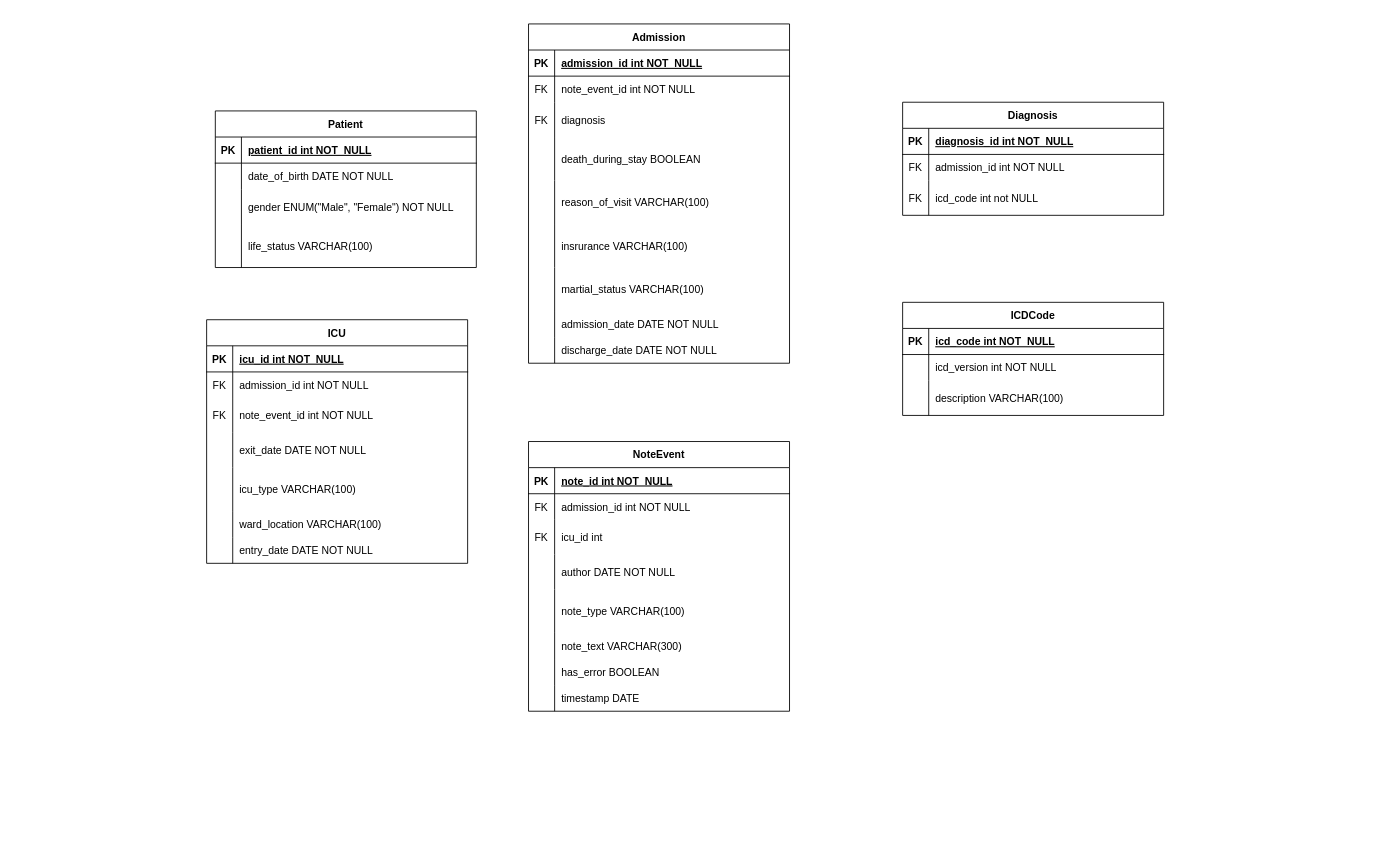
The draw.io diagram Untitled Diagram.drawio in Joshua131313/soen363, before the edit. Source tidied: cells renumbered, new cells numbered last; positions are measured from the earlier drawing's top-left corner, leaving out a move shared by most shapes. Both pictures are drawn from the tidied source at 87%, with x=0, y=0 at pixel (206, 23).
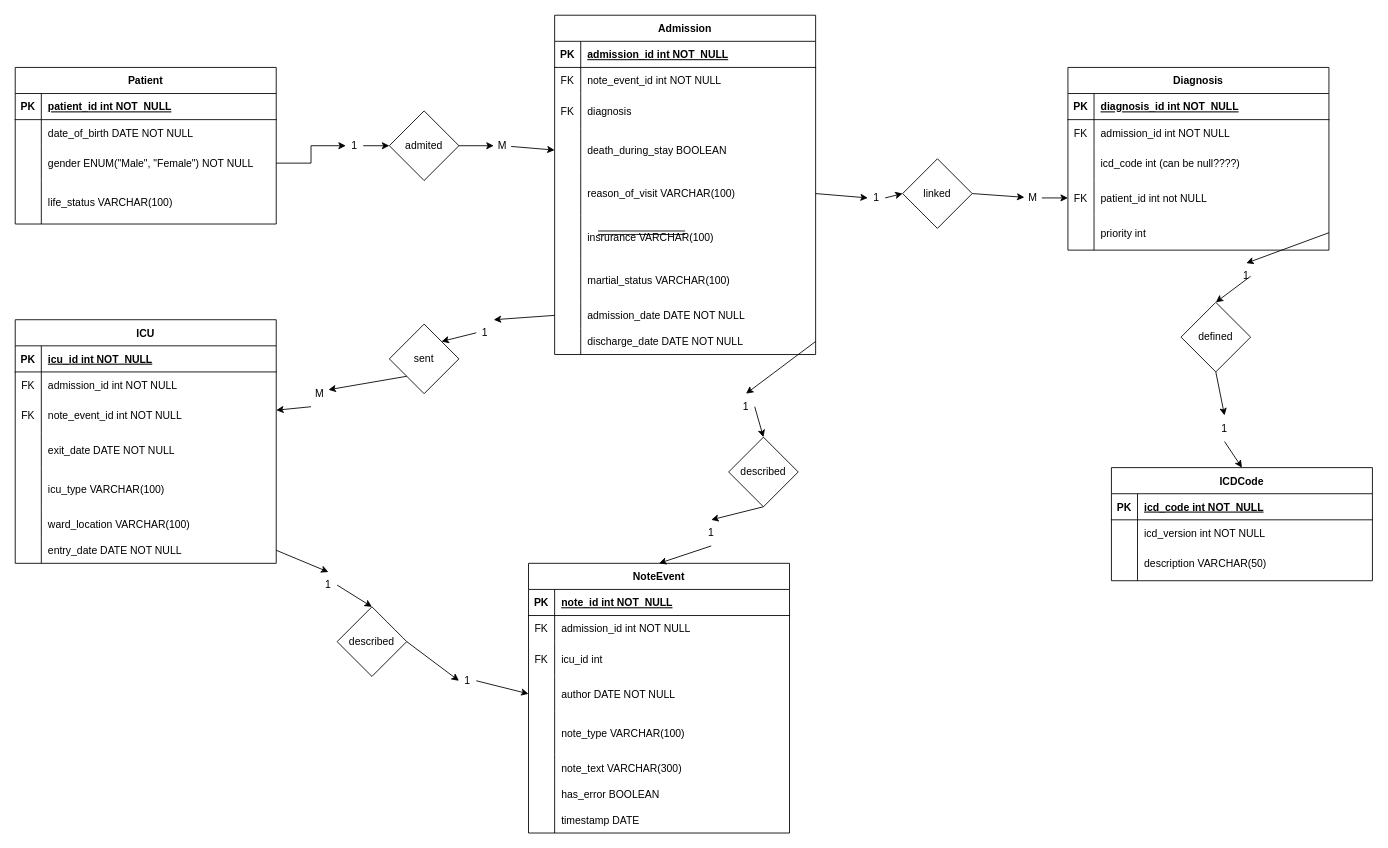
After the change.

Unchanged cells that the change refers to:
```xml
<mxCell id="9" style="shape=partialRectangle;fillColor=none;points=[[0,0.5],[1,0.5]];portConstraint=eastwest;top=0;left=0;right=0;bottom=0;" parent="2" vertex="1">
  <mxGeometry y="90" width="300" height="40" as="geometry" />
</mxCell>
<mxCell id="22" style="shape=partialRectangle;fillColor=none;points=[[0,0.5],[1,0.5]];portConstraint=eastwest;top=0;left=0;right=0;bottom=0;" parent="15" vertex="1">
  <mxGeometry y="90" width="300" height="40" as="geometry" />
</mxCell>
<mxCell id="34" style="shape=partialRectangle;fillColor=none;points=[[0,0.5],[1,0.5]];portConstraint=eastwest;top=0;left=0;right=0;bottom=0;" parent="15" vertex="1">
  <mxGeometry y="250" width="300" height="30" as="geometry" />
</mxCell>
<mxCell id="47" style="shape=partialRectangle;fillColor=none;points=[[0,0.5],[1,0.5]];portConstraint=eastwest;top=0;left=0;right=0;bottom=0;" parent="37" vertex="1">
  <mxGeometry y="130" width="300" height="40" as="geometry" />
</mxCell>
<mxCell id="69" style="shape=partialRectangle;fillColor=none;top=0;left=0;right=0;bottom=0;" parent="62" vertex="1">
  <mxGeometry y="90" width="300" height="40" as="geometry" />
</mxCell>
<mxCell id="79" style="shape=partialRectangle;fillColor=none;top=0;left=0;right=0;bottom=0;" parent="72" vertex="1">
  <mxGeometry y="90" width="300" height="40" as="geometry" />
</mxCell>
<mxCell id="92" style="shape=partialRectangle;fillColor=none;points=[[0,0.5],[1,0.5]];portConstraint=eastwest;top=0;left=0;right=0;bottom=0;" parent="82" vertex="1">
  <mxGeometry y="130" width="300" height="50" as="geometry" />
</mxCell>
<mxCell id="95" style="shape=partialRectangle;fillColor=none;points=[[0,0.5],[1,0.5]];portConstraint=eastwest;top=0;left=0;right=0;bottom=0;" parent="82" vertex="1">
  <mxGeometry y="180" width="300" height="50" as="geometry" />
</mxCell>
<mxCell id="104" style="shape=partialRectangle;fillColor=none;points=[[0,0.5],[1,0.5]];portConstraint=eastwest;top=0;left=0;right=0;bottom=0;" parent="82" vertex="1">
  <mxGeometry y="330" width="300" height="30" as="geometry" />
</mxCell>
<mxCell id="107" style="shape=partialRectangle;fillColor=none;points=[[0,0.5],[1,0.5]];portConstraint=eastwest;top=0;left=0;right=0;bottom=0;" parent="82" vertex="1">
  <mxGeometry y="360" width="300" height="30" as="geometry" />
</mxCell>
```

Diff of the diagram source:
```diff
@@
+    <mxCell id="110" style="rhombus;whiteSpace=wrap;html=1;" parent="1" vertex="1">
+      <mxGeometry x="150" y="670" width="80" height="80" as="geometry" />
+    </mxCell>
     <mxCell id="2" value="Patient" style="shape=table;startSize=30;childLayout=tableLayout;rowLines=0;fontStyle=1;align=center;" parent="1" vertex="1">
-      <mxGeometry x="10" y="100" width="300" height="180" as="geometry" />
+      <mxGeometry x="-220" y="50" width="300" height="180" as="geometry" />
     </mxCell>
@@
     <mxCell id="15" value="ICU" style="shape=table;startSize=30;childLayout=tableLayout;rowLines=0;fontStyle=1;align=center;" parent="1" vertex="1">
-      <mxGeometry y="340" width="300" height="280" as="geometry" />
+      <mxGeometry x="-220" y="340" width="300" height="280" as="geometry" />
     </mxCell>
@@
     <mxCell id="37" value="NoteEvent" style="shape=table;startSize=30;childLayout=tableLayout;rowLines=0;fontStyle=1;align=center;" parent="1" vertex="1">
-      <mxGeometry x="370" y="480" width="300" height="310" as="geometry" />
+      <mxGeometry x="370" y="620" width="300" height="310" as="geometry" />
     </mxCell>
@@
     <mxCell id="62" value="Diagnosis" style="shape=table;startSize=30;childLayout=tableLayout;rowLines=0;fontStyle=1;align=center;" parent="1" vertex="1">
-      <mxGeometry x="800" y="90" width="300" height="130" as="geometry" />
+      <mxGeometry x="990" y="50" width="300" height="210" as="geometry" />
     </mxCell>
@@
-    <mxCell id="70" value="FK" style="shape=partialRectangle;overflow=hidden;fillColor=none;top=0;left=0;bottom=0;right=0;" parent="69" vertex="1">
+    <mxCell id="70" style="shape=partialRectangle;overflow=hidden;fillColor=none;top=0;left=0;bottom=0;right=0;" parent="69" vertex="1">
       <mxGeometry width="30" height="40" as="geometry" />
     </mxCell>
-    <mxCell id="71" value="icd_code int not NULL" style="shape=partialRectangle;overflow=hidden;fillColor=none;top=0;left=0;bottom=0;right=0;align=left;spacingLeft=6;" parent="69" vertex="1">
+    <mxCell id="71" value="icd_code int (can be null????)" style="shape=partialRectangle;overflow=hidden;fillColor=none;top=0;left=0;bottom=0;right=0;align=left;spacingLeft=6;" parent="69" vertex="1">
       <mxGeometry x="30" width="270" height="40" as="geometry" />
     </mxCell>
+    <mxCell id="111" style="shape=partialRectangle;fillColor=none;points=[[0,0.5],[1,0.5]];portConstraint=eastwest;top=0;left=0;right=0;bottom=0;" parent="62" vertex="1">
+      <mxGeometry y="130" width="300" height="40" as="geometry" />
+    </mxCell>
+    <mxCell id="112" value="FK" style="shape=partialRectangle;overflow=hidden;fillColor=none;top=0;left=0;bottom=0;right=0;" parent="111" vertex="1">
+      <mxGeometry width="30" height="40" as="geometry" />
+    </mxCell>
+    <mxCell id="113" value="patient_id int not NULL" style="shape=partialRectangle;overflow=hidden;fillColor=none;top=0;left=0;bottom=0;right=0;align=left;spacingLeft=6;" parent="111" vertex="1">
+      <mxGeometry x="30" width="270" height="40" as="geometry" />
+    </mxCell>
+    <mxCell id="114" style="shape=partialRectangle;fillColor=none;points=[[0,0.5],[1,0.5]];portConstraint=eastwest;top=0;left=0;right=0;bottom=0;" parent="62" vertex="1">
+      <mxGeometry y="170" width="300" height="40" as="geometry" />
+    </mxCell>
+    <mxCell id="115" style="shape=partialRectangle;overflow=hidden;fillColor=none;top=0;left=0;bottom=0;right=0;" parent="114" vertex="1">
+      <mxGeometry width="30" height="40" as="geometry" />
+    </mxCell>
+    <mxCell id="116" value="priority int " style="shape=partialRectangle;overflow=hidden;fillColor=none;top=0;left=0;bottom=0;right=0;align=left;spacingLeft=6;" parent="114" vertex="1">
+      <mxGeometry x="30" width="270" height="40" as="geometry" />
+    </mxCell>
     <mxCell id="72" value="ICDCode" style="shape=table;startSize=30;childLayout=tableLayout;rowLines=0;fontStyle=1;align=center;" parent="1" vertex="1">
-      <mxGeometry x="800" y="320" width="300" height="130" as="geometry" />
+      <mxGeometry x="1040" y="510" width="300" height="130" as="geometry" />
     </mxCell>
@@
-    <mxCell id="81" value="description VARCHAR(100)" style="shape=partialRectangle;overflow=hidden;fillColor=none;top=0;left=0;bottom=0;right=0;align=left;spacingLeft=6;" parent="79" vertex="1">
+    <mxCell id="81" value="description VARCHAR(50)" style="shape=partialRectangle;overflow=hidden;fillColor=none;top=0;left=0;bottom=0;right=0;align=left;spacingLeft=6;" parent="79" vertex="1">
       <mxGeometry x="30" width="270" height="40" as="geometry" />
     </mxCell>
     <mxCell id="82" value="Admission" style="shape=table;startSize=30;childLayout=tableLayout;rowLines=0;fontStyle=1;align=center;" parent="1" vertex="1">
-      <mxGeometry x="370" width="300" height="390" as="geometry" />
+      <mxGeometry x="400" y="-10" width="300" height="390" as="geometry" />
     </mxCell>
@@
+    <mxCell id="117" style="rhombus;whiteSpace=wrap;html=1;" parent="1" vertex="1">
+      <mxGeometry x="210" y="100" width="80" height="80" as="geometry" />
+    </mxCell>
+    <mxCell id="118" value="admited" style="text;html=1;align=center;verticalAlign=middle;whiteSpace=wrap;rounded=0;" parent="1" vertex="1">
+      <mxGeometry x="220" y="125" width="60" height="30" as="geometry" />
+    </mxCell>
+    <mxCell id="119" style="shape=link;html=1;rounded=0;" parent="1" edge="1">
+      <mxGeometry relative="1" as="geometry">
+        <mxPoint x="450" y="240" as="sourcePoint" />
+        <mxPoint x="550" y="240" as="targetPoint" />
+      </mxGeometry>
+    </mxCell>
+    <mxCell id="120" style="edgeStyle=orthogonalEdgeStyle;rounded=0;jettySize=auto;html=1;exitX=1;exitY=0.5;exitDx=0;exitDy=0;entryX=0;entryY=0.5;entryDx=0;entryDy=0;" parent="1" edge="1" source="122" target="117">
+      <mxGeometry relative="1" as="geometry" />
+    </mxCell>
+    <mxCell id="121" style="edgeStyle=orthogonalEdgeStyle;rounded=0;jettySize=auto;html=1;exitX=1;exitY=0.5;exitDx=0;exitDy=0;entryX=0;entryY=0.5;entryDx=0;entryDy=0;" parent="1" edge="1" source="9" target="122">
+      <mxGeometry relative="1" as="geometry" />
+    </mxCell>
+    <mxCell id="122" value="1" style="text;html=1;align=center;verticalAlign=middle;whiteSpace=wrap;rounded=0;" parent="1" vertex="1">
+      <mxGeometry x="160" y="125" width="20" height="30" as="geometry" />
+    </mxCell>
+    <mxCell id="123" style="endArrow=classic;html=1;rounded=0;entryX=0;entryY=0.5;entryDx=0;entryDy=0;" parent="1" edge="1" source="125" target="92">
+      <mxGeometry relative="1" as="geometry" />
+    </mxCell>
+    <mxCell id="124" style="endArrow=classic;html=1;rounded=0;entryX=0;entryY=0.5;entryDx=0;entryDy=0;" parent="1" edge="1" source="117" target="125">
+      <mxGeometry relative="1" as="geometry" />
+    </mxCell>
+    <mxCell id="125" value="M" style="text;html=1;align=center;verticalAlign=middle;whiteSpace=wrap;rounded=0;" parent="1" vertex="1">
+      <mxGeometry x="330" y="125" width="20" height="30" as="geometry" />
+    </mxCell>
+    <mxCell id="126" style="rhombus;whiteSpace=wrap;html=1;" parent="1" vertex="1">
+      <mxGeometry x="210" y="345" width="80" height="80" as="geometry" />
+    </mxCell>
+    <mxCell id="127" style="rhombus;whiteSpace=wrap;html=1;" parent="1" vertex="1">
+      <mxGeometry x="600" y="475" width="80" height="80" as="geometry" />
+    </mxCell>
+    <mxCell id="128" style="rhombus;whiteSpace=wrap;html=1;" parent="1" vertex="1">
+      <mxGeometry x="800" y="155" width="80" height="80" as="geometry" />
+    </mxCell>
+    <mxCell id="129" style="rhombus;whiteSpace=wrap;html=1;" parent="1" vertex="1">
+      <mxGeometry x="1120" y="320" width="80" height="80" as="geometry" />
+    </mxCell>
+    <mxCell id="130" value="sent" style="text;html=1;align=center;verticalAlign=middle;whiteSpace=wrap;rounded=0;" parent="1" vertex="1">
+      <mxGeometry x="220" y="370" width="60" height="30" as="geometry" />
+    </mxCell>
+    <mxCell id="131" style="endArrow=classic;html=1;rounded=0;entryX=1;entryY=0;entryDx=0;entryDy=0;exitX=0;exitY=0.5;exitDx=0;exitDy=0;" parent="1" edge="1" source="132" target="126">
+      <mxGeometry relative="1" as="geometry" />
+    </mxCell>
+    <mxCell id="132" value="1" style="text;html=1;align=center;verticalAlign=middle;whiteSpace=wrap;rounded=0;" parent="1" vertex="1">
+      <mxGeometry x="310" y="340" width="20" height="30" as="geometry" />
+    </mxCell>
+    <mxCell id="133" style="endArrow=classic;html=1;rounded=0;exitX=0;exitY=1;exitDx=0;exitDy=0;entryX=1;entryY=0.35;entryDx=0;entryDy=0;entryPerimeter=0;" parent="1" edge="1" source="136" target="22">
+      <mxGeometry relative="1" as="geometry" />
+    </mxCell>
+    <mxCell id="134" style="endArrow=classic;html=1;rounded=0;entryX=1;entryY=0;entryDx=0;entryDy=0;exitX=0;exitY=0.5;exitDx=0;exitDy=0;" parent="1" edge="1" source="104" target="132">
+      <mxGeometry relative="1" as="geometry" />
+    </mxCell>
+    <mxCell id="135" style="endArrow=classic;html=1;rounded=0;exitX=0;exitY=1;exitDx=0;exitDy=0;entryX=1;entryY=0.35;entryDx=0;entryDy=0;entryPerimeter=0;" parent="1" edge="1" source="126" target="136">
+      <mxGeometry relative="1" as="geometry" />
+    </mxCell>
+    <mxCell id="136" value="M" style="text;html=1;align=center;verticalAlign=middle;whiteSpace=wrap;rounded=0;" parent="1" vertex="1">
+      <mxGeometry x="120" y="410" width="20" height="30" as="geometry" />
+    </mxCell>
+    <mxCell id="137" value="described" style="text;html=1;align=center;verticalAlign=middle;whiteSpace=wrap;rounded=0;" parent="1" vertex="1">
+      <mxGeometry x="610" y="500" width="60" height="30" as="geometry" />
+    </mxCell>
+    <mxCell id="138" value="described" style="text;html=1;align=center;verticalAlign=middle;whiteSpace=wrap;rounded=0;" parent="1" vertex="1">
+      <mxGeometry x="160" y="695" width="60" height="30" as="geometry" />
+    </mxCell>
+    <mxCell id="139" style="endArrow=classic;html=1;rounded=0;exitX=1;exitY=0.5;exitDx=0;exitDy=0;entryX=0;entryY=0.5;entryDx=0;entryDy=0;" parent="1" edge="1" source="110" target="143">
+      <mxGeometry relative="1" as="geometry" />
+    </mxCell>
+    <mxCell id="140" style="endArrow=classic;html=1;rounded=0;exitX=1;exitY=0.5;exitDx=0;exitDy=0;entryX=0.5;entryY=0;entryDx=0;entryDy=0;" parent="1" edge="1" source="141" target="110">
+      <mxGeometry relative="1" as="geometry" />
+    </mxCell>
+    <mxCell id="141" value="1" style="text;html=1;align=center;verticalAlign=middle;whiteSpace=wrap;rounded=0;" parent="1" vertex="1">
+      <mxGeometry x="130" y="630" width="20" height="30" as="geometry" />
+    </mxCell>
+    <mxCell id="142" style="endArrow=classic;html=1;rounded=0;exitX=1;exitY=0.5;exitDx=0;exitDy=0;entryX=0;entryY=0.5;entryDx=0;entryDy=0;" parent="1" edge="1" source="143" target="47">
+      <mxGeometry relative="1" as="geometry" />
+    </mxCell>
+    <mxCell id="143" value="1" style="text;html=1;align=center;verticalAlign=middle;whiteSpace=wrap;rounded=0;" parent="1" vertex="1">
+      <mxGeometry x="290" y="740" width="20" height="30" as="geometry" />
+    </mxCell>
+    <mxCell id="144" style="endArrow=classic;html=1;rounded=0;exitX=0.5;exitY=1;exitDx=0;exitDy=0;entryX=0.5;entryY=0;entryDx=0;entryDy=0;" parent="1" edge="1" source="127" target="148">
+      <mxGeometry relative="1" as="geometry" />
+    </mxCell>
+    <mxCell id="145" style="endArrow=classic;html=1;rounded=0;exitX=1;exitY=0.5;exitDx=0;exitDy=0;entryX=0.5;entryY=0;entryDx=0;entryDy=0;" parent="1" edge="1" source="146" target="127">
+      <mxGeometry relative="1" as="geometry" />
+    </mxCell>
+    <mxCell id="146" value="1" style="text;html=1;align=center;verticalAlign=middle;whiteSpace=wrap;rounded=0;" parent="1" vertex="1">
+      <mxGeometry x="610" y="425" width="20" height="30" as="geometry" />
+    </mxCell>
+    <mxCell id="147" style="endArrow=classic;html=1;rounded=0;exitX=0.5;exitY=1;exitDx=0;exitDy=0;entryX=0.5;entryY=0;entryDx=0;entryDy=0;" parent="1" edge="1" source="148" target="37">
+      <mxGeometry relative="1" as="geometry" />
+    </mxCell>
+    <mxCell id="148" value="1" style="text;html=1;align=center;verticalAlign=middle;whiteSpace=wrap;rounded=0;" parent="1" vertex="1">
+      <mxGeometry x="570" y="570" width="20" height="30" as="geometry" />
+    </mxCell>
+    <mxCell id="149" value="linked" style="text;html=1;align=center;verticalAlign=middle;whiteSpace=wrap;rounded=0;" parent="1" vertex="1">
+      <mxGeometry x="810" y="180" width="60" height="30" as="geometry" />
+    </mxCell>
+    <mxCell id="150" style="endArrow=classic;html=1;rounded=0;exitX=1;exitY=0.5;exitDx=0;exitDy=0;entryX=0;entryY=0.5;entryDx=0;entryDy=0;" parent="1" edge="1" source="152" target="128">
+      <mxGeometry relative="1" as="geometry" />
+    </mxCell>
+    <mxCell id="151" style="endArrow=classic;html=1;rounded=0;exitX=1;exitY=0.5;exitDx=0;exitDy=0;entryX=0;entryY=0.5;entryDx=0;entryDy=0;" parent="1" edge="1" source="95" target="152">
+      <mxGeometry relative="1" as="geometry" />
+    </mxCell>
+    <mxCell id="152" value="1" style="text;html=1;align=center;verticalAlign=middle;whiteSpace=wrap;rounded=0;" parent="1" vertex="1">
+      <mxGeometry x="760" y="185" width="20" height="30" as="geometry" />
+    </mxCell>
+    <mxCell id="153" style="endArrow=classic;html=1;rounded=0;exitX=1;exitY=0.5;exitDx=0;exitDy=0;" parent="1" edge="1" source="155" target="111">
+      <mxGeometry relative="1" as="geometry" />
+    </mxCell>
+    <mxCell id="154" style="endArrow=classic;html=1;rounded=0;exitX=1;exitY=0.5;exitDx=0;exitDy=0;" parent="1" edge="1" source="128" target="155">
+      <mxGeometry relative="1" as="geometry" />
+    </mxCell>
+    <mxCell id="155" value="M" style="text;html=1;align=center;verticalAlign=middle;whiteSpace=wrap;rounded=0;" parent="1" vertex="1">
+      <mxGeometry x="940" y="185" width="20" height="30" as="geometry" />
+    </mxCell>
+    <mxCell id="156" style="endArrow=classic;html=1;rounded=0;exitX=1;exitY=0.5;exitDx=0;exitDy=0;entryX=0.5;entryY=0;entryDx=0;entryDy=0;" parent="1" edge="1" source="107" target="146">
+      <mxGeometry relative="1" as="geometry" />
+    </mxCell>
+    <mxCell id="157" style="endArrow=classic;html=1;rounded=0;exitX=1;exitY=0.5;exitDx=0;exitDy=0;entryX=0.5;entryY=0;entryDx=0;entryDy=0;" parent="1" edge="1" source="34" target="141">
+      <mxGeometry relative="1" as="geometry" />
+    </mxCell>
+    <mxCell id="158" style="endArrow=classic;html=1;rounded=0;entryX=0.5;entryY=0;entryDx=0;entryDy=0;exitX=1;exitY=0.5;exitDx=0;exitDy=0;" parent="1" edge="1" source="160" target="129">
+      <mxGeometry relative="1" as="geometry" />
+    </mxCell>
+    <mxCell id="159" style="endArrow=classic;html=1;rounded=0;entryX=0.5;entryY=0;entryDx=0;entryDy=0;exitX=1;exitY=0.5;exitDx=0;exitDy=0;" parent="1" edge="1" source="114" target="160">
+      <mxGeometry relative="1" as="geometry" />
+    </mxCell>
+    <mxCell id="160" value="1" style="text;html=1;align=center;verticalAlign=middle;whiteSpace=wrap;rounded=0;" parent="1" vertex="1">
+      <mxGeometry x="1190" y="275" width="10" height="30" as="geometry" />
+    </mxCell>
+    <mxCell id="161" value="defined" style="text;html=1;align=center;verticalAlign=middle;whiteSpace=wrap;rounded=0;" parent="1" vertex="1">
+      <mxGeometry x="1130" y="345" width="60" height="30" as="geometry" />
+    </mxCell>
+    <mxCell id="162" style="endArrow=classic;html=1;rounded=0;entryX=0.5;entryY=0;entryDx=0;entryDy=0;exitX=0.5;exitY=1;exitDx=0;exitDy=0;" parent="1" edge="1" source="164" target="72">
+      <mxGeometry relative="1" as="geometry" />
+    </mxCell>
+    <mxCell id="163" style="endArrow=classic;html=1;rounded=0;entryX=0.5;entryY=0;entryDx=0;entryDy=0;exitX=0.5;exitY=1;exitDx=0;exitDy=0;" parent="1" edge="1" source="129" target="164">
+      <mxGeometry relative="1" as="geometry" />
+    </mxCell>
+    <mxCell id="164" value="1" style="text;html=1;align=center;verticalAlign=middle;whiteSpace=wrap;rounded=0;" parent="1" vertex="1">
+      <mxGeometry x="1160" y="450" width="20" height="30" as="geometry" />
+    </mxCell>
```
